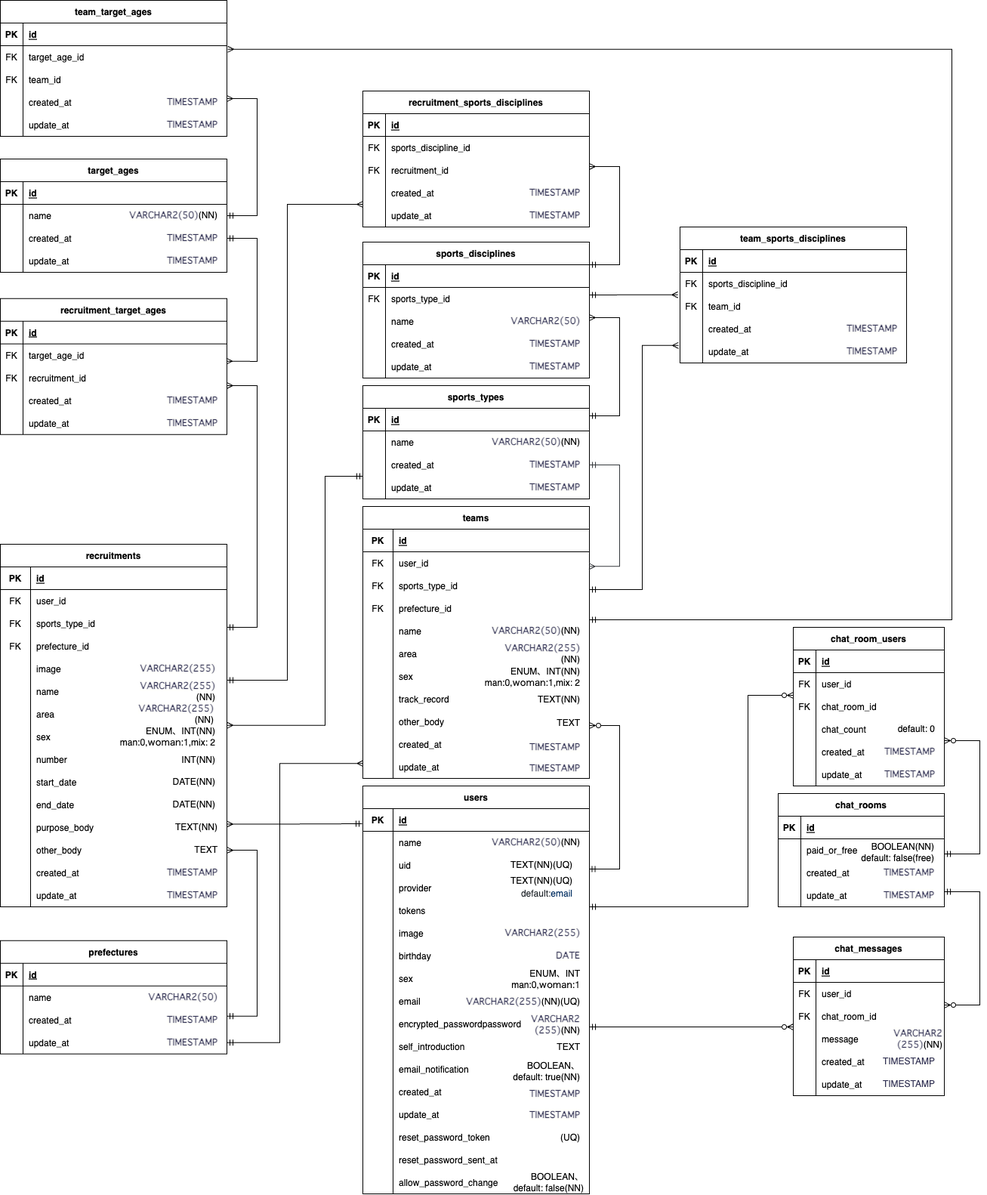
Earlier version of the draw.io export drawing/er図.png (toshinori-m/stay_connect). Source tidied: cells renumbered, new cells last; positions are measured from the earlier drawing's top-left corner, leaving out a move shared by most shapes.
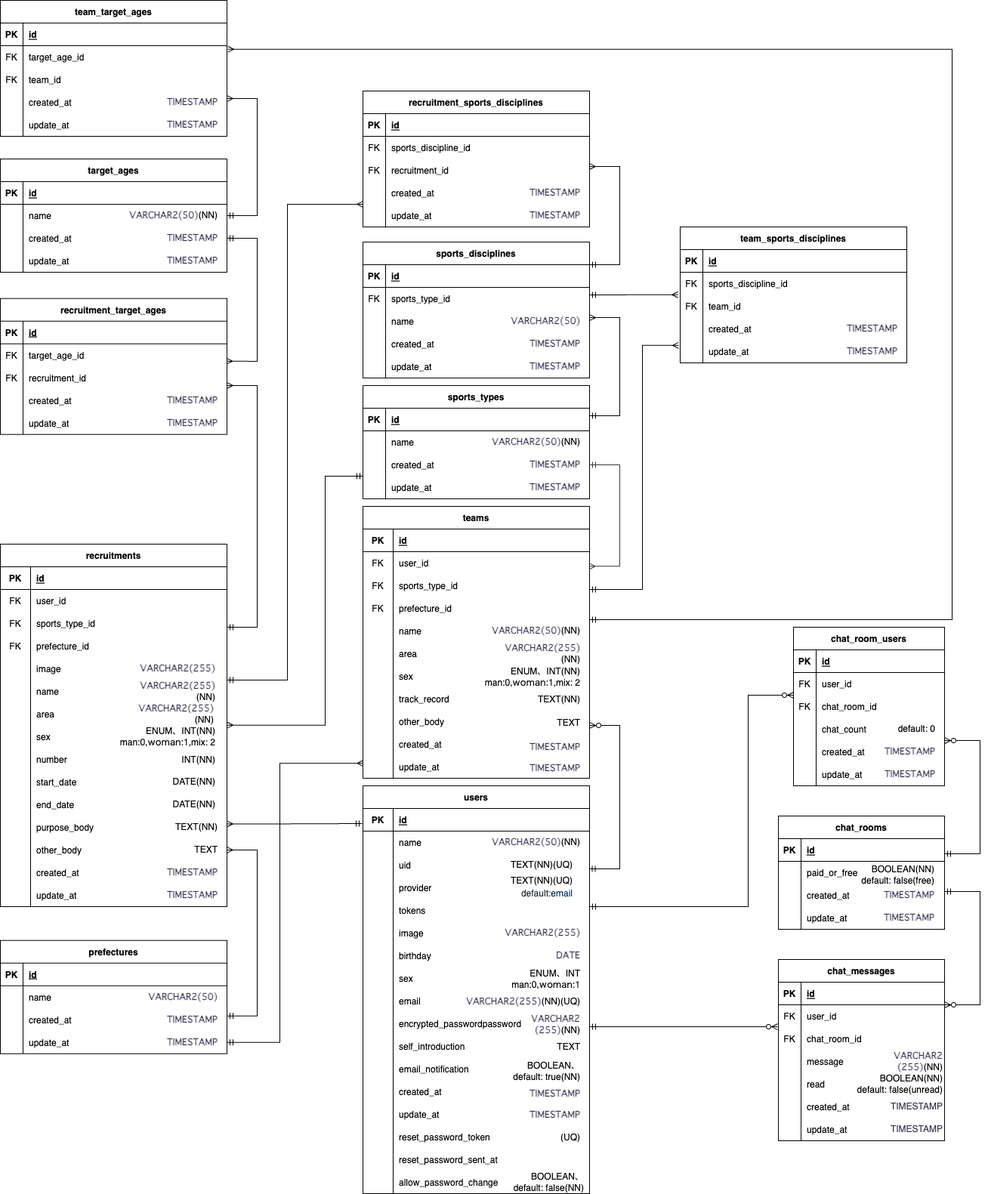
After the commit.

What changed in the source:
```diff
@@ -159,69 +159,78 @@
       <mxGeometry x="40" width="260" height="30" as="geometry" />
     </mxCell>
     <mxCell id="54" value="chat_messages" style="shape=table;startSize=30;rowLines=0;fontStyle=1;align=center;" parent="1" vertex="1">
-      <mxGeometry x="1050" y="1240" width="200" height="210" as="geometry" />
+      <mxGeometry x="1030" y="1270" width="220" height="240" as="geometry" />
     </mxCell>
     <mxCell id="55" style="shape=tableRow;horizontal=0;startSize=0;swimlaneHead=0;swimlaneBody=0;fillColor=none;top=0;left=0;right=0;bottom=1;" parent="54" vertex="1">
-      <mxGeometry y="30" width="200" height="30" as="geometry" />
+      <mxGeometry y="30" width="220" height="30" as="geometry" />
     </mxCell>
     <mxCell id="56" value="PK" style="shape=partialRectangle;fillColor=none;top=0;left=0;bottom=0;right=0;fontStyle=1;overflow=hidden;" parent="55" vertex="1">
       <mxGeometry width="30" height="30" as="geometry" />
     </mxCell>
     <mxCell id="57" value="id" style="shape=partialRectangle;fillColor=none;top=0;left=0;bottom=0;right=0;align=left;spacingLeft=6;fontStyle=5;overflow=hidden;" parent="55" vertex="1">
-      <mxGeometry x="30" width="170" height="30" as="geometry" />
+      <mxGeometry x="30" width="190" height="30" as="geometry" />
     </mxCell>
     <mxCell id="58" style="shape=tableRow;horizontal=0;startSize=0;swimlaneHead=0;swimlaneBody=0;fillColor=none;top=0;left=0;right=0;bottom=0;" parent="54" vertex="1">
-      <mxGeometry y="60" width="200" height="30" as="geometry" />
+      <mxGeometry y="60" width="220" height="30" as="geometry" />
     </mxCell>
     <mxCell id="59" value="FK" style="shape=partialRectangle;fillColor=none;top=0;left=0;bottom=0;right=0;overflow=hidden;" parent="58" vertex="1">
       <mxGeometry width="30" height="30" as="geometry" />
     </mxCell>
     <mxCell id="60" value="user_id" style="shape=partialRectangle;fillColor=none;top=0;left=0;bottom=0;right=0;align=left;spacingLeft=6;overflow=hidden;" parent="58" vertex="1">
-      <mxGeometry x="30" width="170" height="30" as="geometry" />
+      <mxGeometry x="30" width="190" height="30" as="geometry" />
     </mxCell>
     <mxCell id="61" style="shape=tableRow;horizontal=0;startSize=0;swimlaneHead=0;swimlaneBody=0;fillColor=none;top=0;left=0;right=0;bottom=0;" parent="54" vertex="1">
-      <mxGeometry y="90" width="200" height="30" as="geometry" />
+      <mxGeometry y="90" width="220" height="30" as="geometry" />
     </mxCell>
     <mxCell id="62" value="FK" style="shape=partialRectangle;fillColor=none;top=0;left=0;bottom=0;right=0;overflow=hidden;" parent="61" vertex="1">
       <mxGeometry width="30" height="30" as="geometry" />
     </mxCell>
     <mxCell id="63" value="chat_room_id" style="shape=partialRectangle;fillColor=none;top=0;left=0;bottom=0;right=0;align=left;spacingLeft=6;overflow=hidden;" parent="61" vertex="1">
-      <mxGeometry x="30" width="170" height="30" as="geometry" />
+      <mxGeometry x="30" width="190" height="30" as="geometry" />
     </mxCell>
     <mxCell id="64" style="shape=tableRow;horizontal=0;startSize=0;swimlaneHead=0;swimlaneBody=0;fillColor=none;top=0;left=0;right=0;bottom=0;" parent="54" vertex="1">
-      <mxGeometry y="120" width="200" height="30" as="geometry" />
+      <mxGeometry y="120" width="220" height="30" as="geometry" />
     </mxCell>
     <mxCell id="65" style="shape=partialRectangle;fillColor=none;top=0;left=0;bottom=0;right=0;overflow=hidden;" parent="64" vertex="1">
       <mxGeometry width="30" height="30" as="geometry" />
     </mxCell>
     <mxCell id="66" value="message" style="shape=partialRectangle;fillColor=none;top=0;left=0;bottom=0;right=0;align=left;spacingLeft=6;overflow=hidden;" parent="64" vertex="1">
-      <mxGeometry x="30" width="170" height="30" as="geometry" />
+      <mxGeometry x="30" width="190" height="30" as="geometry" />
     </mxCell>
+    <mxCell id="386" style="shape=tableRow;horizontal=0;startSize=0;swimlaneHead=0;swimlaneBody=0;fillColor=none;top=0;left=0;right=0;bottom=0;" parent="54" vertex="1">
+      <mxGeometry y="150" width="220" height="30" as="geometry" />
+    </mxCell>
+    <mxCell id="387" style="shape=partialRectangle;fillColor=none;top=0;left=0;bottom=0;right=0;overflow=hidden;" parent="386" vertex="1">
+      <mxGeometry width="30" height="30" as="geometry" />
+    </mxCell>
+    <mxCell id="388" value="read" style="shape=partialRectangle;fillColor=none;top=0;left=0;bottom=0;right=0;align=left;spacingLeft=6;overflow=hidden;" parent="386" vertex="1">
+      <mxGeometry x="30" width="190" height="30" as="geometry" />
+    </mxCell>
     <mxCell id="67" style="shape=tableRow;horizontal=0;startSize=0;swimlaneHead=0;swimlaneBody=0;fillColor=none;top=0;left=0;right=0;bottom=0;" parent="54" vertex="1">
-      <mxGeometry y="150" width="200" height="30" as="geometry" />
+      <mxGeometry y="180" width="220" height="30" as="geometry" />
     </mxCell>
     <mxCell id="68" style="shape=partialRectangle;fillColor=none;top=0;left=0;bottom=0;right=0;overflow=hidden;" parent="67" vertex="1">
       <mxGeometry width="30" height="30" as="geometry" />
     </mxCell>
     <mxCell id="69" value="created_at" style="shape=partialRectangle;fillColor=none;top=0;left=0;bottom=0;right=0;align=left;spacingLeft=6;overflow=hidden;" parent="67" vertex="1">
-      <mxGeometry x="30" width="170" height="30" as="geometry" />
+      <mxGeometry x="30" width="190" height="30" as="geometry" />
     </mxCell>
     <mxCell id="70" style="shape=tableRow;horizontal=0;startSize=0;swimlaneHead=0;swimlaneBody=0;fillColor=none;top=0;left=0;right=0;bottom=0;" parent="54" vertex="1">
-      <mxGeometry y="180" width="200" height="30" as="geometry" />
+      <mxGeometry y="210" width="220" height="30" as="geometry" />
     </mxCell>
     <mxCell id="71" style="shape=partialRectangle;fillColor=none;top=0;left=0;bottom=0;right=0;overflow=hidden;" parent="70" vertex="1">
       <mxGeometry width="30" height="30" as="geometry" />
     </mxCell>
     <mxCell id="72" value="update_at" style="shape=partialRectangle;fillColor=none;top=0;left=0;bottom=0;right=0;align=left;spacingLeft=6;overflow=hidden;" parent="70" vertex="1">
-      <mxGeometry x="30" width="170" height="30" as="geometry" />
+      <mxGeometry x="30" width="190" height="30" as="geometry" />
     </mxCell>
     <mxCell id="73" style="edgeStyle=orthogonalEdgeStyle;fontSize=12;html=1;endArrow=ERzeroToMany;startArrow=ERmandOne;rounded=0;fillColor=none;" parent="1" edge="1">
       <mxGeometry relative="1" as="geometry">
         <mxPoint x="780" y="1359" as="sourcePoint" />
-        <mxPoint x="1050" y="1359" as="targetPoint" />
+        <mxPoint x="1029" y="1360" as="targetPoint" />
         <Array as="points">
-          <mxPoint x="780" y="1359" />
-          <mxPoint x="1050" y="1359" />
+          <mxPoint x="970" y="1359" />
+          <mxPoint x="970" y="1359" />
         </Array>
       </mxGeometry>
     </mxCell>
@@ -364,10 +373,10 @@
       <mxGeometry x="650" y="850" width="120" height="30" as="geometry" />
     </mxCell>
     <mxCell id="120" value="&lt;span style=&quot;color: rgb(51, 51, 85); font-style: normal; font-variant-ligatures: normal; font-variant-caps: normal; letter-spacing: normal; orphans: 2; text-indent: 0px; text-transform: none; widows: 2; word-spacing: 0px; -webkit-text-stroke-width: 0px; background-color: rgb(255, 255, 252); text-decoration-thickness: initial; text-decoration-style: initial; text-decoration-color: initial; float: none; display: inline !important;&quot;&gt;&lt;font style=&quot;font-size: 12px;&quot;&gt;TIMESTAMP&lt;/font&gt;&lt;/span&gt;" style="rounded=0;whiteSpace=wrap;html=1;fillColor=none;strokeColor=none;align=right;" parent="1" vertex="1">
-      <mxGeometry x="1120" y="1390" width="120" height="30" as="geometry" />
+      <mxGeometry x="1130" y="1450" width="120" height="30" as="geometry" />
     </mxCell>
     <mxCell id="121" value="&lt;span style=&quot;color: rgb(51, 51, 85); font-style: normal; font-variant-ligatures: normal; font-variant-caps: normal; letter-spacing: normal; orphans: 2; text-indent: 0px; text-transform: none; widows: 2; word-spacing: 0px; -webkit-text-stroke-width: 0px; background-color: rgb(255, 255, 252); text-decoration-thickness: initial; text-decoration-style: initial; text-decoration-color: initial; float: none; display: inline !important;&quot;&gt;&lt;font style=&quot;font-size: 12px;&quot;&gt;TIMESTAMP&lt;/font&gt;&lt;/span&gt;" style="rounded=0;whiteSpace=wrap;html=1;fillColor=none;strokeColor=none;align=right;" parent="1" vertex="1">
-      <mxGeometry x="1120" y="1420" width="120" height="30" as="geometry" />
+      <mxGeometry x="1130" y="1480" width="120" height="30" as="geometry" />
     </mxCell>
     <mxCell id="122" value="chat_room_users" style="shape=table;startSize=30;rowLines=0;fontStyle=1;align=center;" parent="1" vertex="1">
       <mxGeometry x="1050" y="830" width="200" height="210" as="geometry" />
@@ -652,7 +661,7 @@
       </mxGeometry>
     </mxCell>
     <mxCell id="206" style="group;" parent="1" vertex="1">
-      <mxGeometry x="1030" y="1050" width="220" height="150" as="geometry" />
+      <mxGeometry x="1030" y="1080" width="220" height="150" as="geometry" />
     </mxCell>
     <mxCell id="207" value="chat_rooms" style="shape=table;startSize=30;rowLines=0;fontStyle=1;align=center;" parent="206" vertex="1">
       <mxGeometry width="220" height="150" as="geometry" />
@@ -1272,10 +1281,22 @@
       </mxGeometry>
     </mxCell>
     <mxCell id="384" value="&lt;span style=&quot;color: rgb(51, 51, 85); font-family: メイリオ, Meiryo, Osaka, &amp;quot;ＭＳ Ｐゴシック&amp;quot;, &amp;quot;MS PGothic&amp;quot;, &amp;quot;ヒラギノ角ゴシック Pro&amp;quot;, &amp;quot;Hiragino Kaku Gothic Pro&amp;quot;, sans-serif; font-style: normal; font-variant-ligatures: normal; font-variant-caps: normal; font-weight: 700; letter-spacing: normal; orphans: 2; text-indent: 0px; text-transform: none; widows: 2; word-spacing: 0px; -webkit-text-stroke-width: 0px; background-color: rgb(255, 255, 252); text-decoration-thickness: initial; text-decoration-style: initial; text-decoration-color: initial; float: none; display: inline !important;&quot;&gt;&lt;font style=&quot;font-size: 12px;&quot;&gt;VARCHAR2&lt;br&gt;(255)&lt;/font&gt;&lt;/span&gt;(NN)" style="rounded=0;whiteSpace=wrap;html=1;fillColor=none;strokeColor=none;align=right;" parent="1" vertex="1">
-      <mxGeometry x="1090" y="1360" width="160" height="30" as="geometry" />
+      <mxGeometry x="1090" y="1390" width="160" height="30" as="geometry" />
     </mxCell>
     <mxCell id="385" value="&lt;div style=&quot;color: rgb(36, 41, 46); background-color: rgb(255, 255, 255); font-family: &amp;quot;Ricty Diminished&amp;quot;, Menlo, Monaco, &amp;quot;Courier New&amp;quot;, monospace; line-height: 18px;&quot;&gt;&lt;span style=&quot;color: rgb(0, 0, 0); font-family: Helvetica; background-color: rgb(251, 251, 251);&quot;&gt;default: 0&lt;/span&gt;&lt;br&gt;&lt;/div&gt;" style="rounded=0;whiteSpace=wrap;html=1;fillColor=none;strokeColor=none;align=right;" parent="1" vertex="1">
       <mxGeometry x="1120" y="950" width="120" height="30" as="geometry" />
     </mxCell>
+    <mxCell id="389" style="shape=tableRow;horizontal=0;startSize=0;swimlaneHead=0;swimlaneBody=0;fillColor=none;top=0;left=0;right=0;bottom=0;" parent="1" vertex="1">
+      <mxGeometry x="1050" y="1330" width="200" height="30" as="geometry" />
+    </mxCell>
+    <mxCell id="390" style="shape=tableRow;horizontal=0;startSize=0;swimlaneHead=0;swimlaneBody=0;fillColor=none;top=0;left=0;right=0;bottom=0;" parent="1" vertex="1">
+      <mxGeometry x="1050" y="1450" width="200" height="30" as="geometry" />
+    </mxCell>
+    <mxCell id="391" style="shape=partialRectangle;fillColor=none;top=0;left=0;bottom=0;right=0;overflow=hidden;" parent="390" vertex="1">
+      <mxGeometry width="30" height="30" as="geometry" />
+    </mxCell>
+    <mxCell id="392" value="BOOLEAN(NN)&lt;br&gt;default:&amp;nbsp;false(unread)" style="rounded=0;whiteSpace=wrap;html=1;fillColor=none;strokeColor=none;align=right;" parent="1" vertex="1">
+      <mxGeometry x="1100" y="1420" width="150" height="30" as="geometry" />
+    </mxCell>
   </root>
 </mxGraphModel>
```
